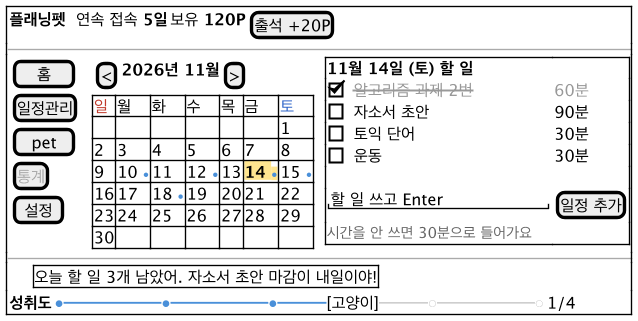
2026-2-software-system-design-11/planning-pet-app keeps this PlantUML diagram as docs/diagrams/ui-main.png. Above is the earlier version. The source it was exported from:
```plantuml
@startsalt ui-main
!include ui-common.iuml
{+
  { <b>플래닝펫</b> | .                    | 연속 접속 <b>5일</b> | 보유 <b>120P</b> | [출석 +20P] }
  --
  {
    {
      [  홈  ]
      [일정관리]
      [ pet ]
      [<color:#AAAAAA>통계</color>]
      [ 설정 ]
    } | . |
    {
      { [<] | <b>2026년 11월</b> | [>] }
      {#
        <color:#C0392B>일 | 월 | 화 | 수 | 목 | 금 | <color:#2E64C8>토
        .  | .  | .  | .  | .  | .  | 1
        2  | 3  | 4  | 5  | 6  | 7  | 8
        9  | 10 <size:8><color:#4A90D9>●</color></size> | 11 | 12 <size:8><color:#4A90D9>●</color></size> | 13 | <back:#FFE58F><b>14 <size:8><color:#4A90D9>●</color></size></b></back> | 15 <size:8><color:#4A90D9>●</color></size>
        16 | 17 | 18 <size:8><color:#4A90D9>●</color></size> | 19 | 20 | 21 | 22
        23 | 24 | 25 | 26 | 27 | 28 | 29
        30 | .  | .  | .  | .  | .  | .
      }
    } | . |
    {+
      <b>11월 14일 (토) 할 일</b> | .
      [X] <color:#999999><s>알고리즘 과제 2번</s></color> | <color:#999999>60분</color>
      [ ] 자소서 초안 | 90분
      [ ] 토익 단어 | 30분
      [ ] 운동 | 30분
      . | .
      "할 일 쓰고 Enter        " | [일정 추가]
      <size:11><color:#666666>시간을 안 쓰면 30분으로 들어가요</color></size> | .
    }
  }
  --
  { . | . | . | {+ 오늘 할 일 3개 남았어. 자소서 초안 마감이 내일이야! } }
  { <b>성취도</b> | <color:#4A90D9>●━━━━━━●━━━━━━●━━━</color>[고양이]<color:#CCCCCC>━━━○━━━━━━○</color> | 1/4 }
}
@endsalt
```
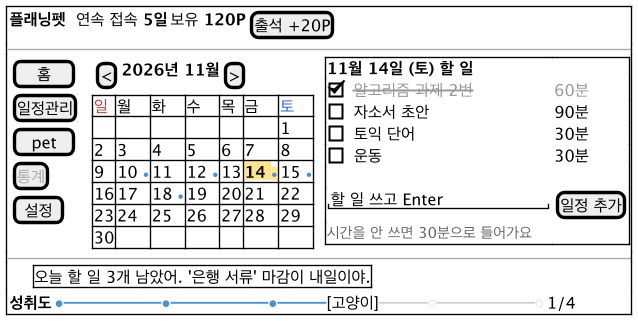
The same diagram one commit later.

Change to the diagram source:
```diff
@@ -35,7 +35,7 @@
     }
   }
   --
-  { . | . | . | {+ 오늘 할 일 3개 남았어. 자소서 초안 마감이 내일이야! } }
+  { . | . | . | {+ 오늘 할 일 3개 남았어. '은행 서류' 마감이 내일이야. } }
   { <b>성취도</b> | <color:#4A90D9>●━━━━━━●━━━━━━●━━━</color>[고양이]<color:#CCCCCC>━━━○━━━━━━○</color> | 1/4 }
 }
 @endsalt
```
